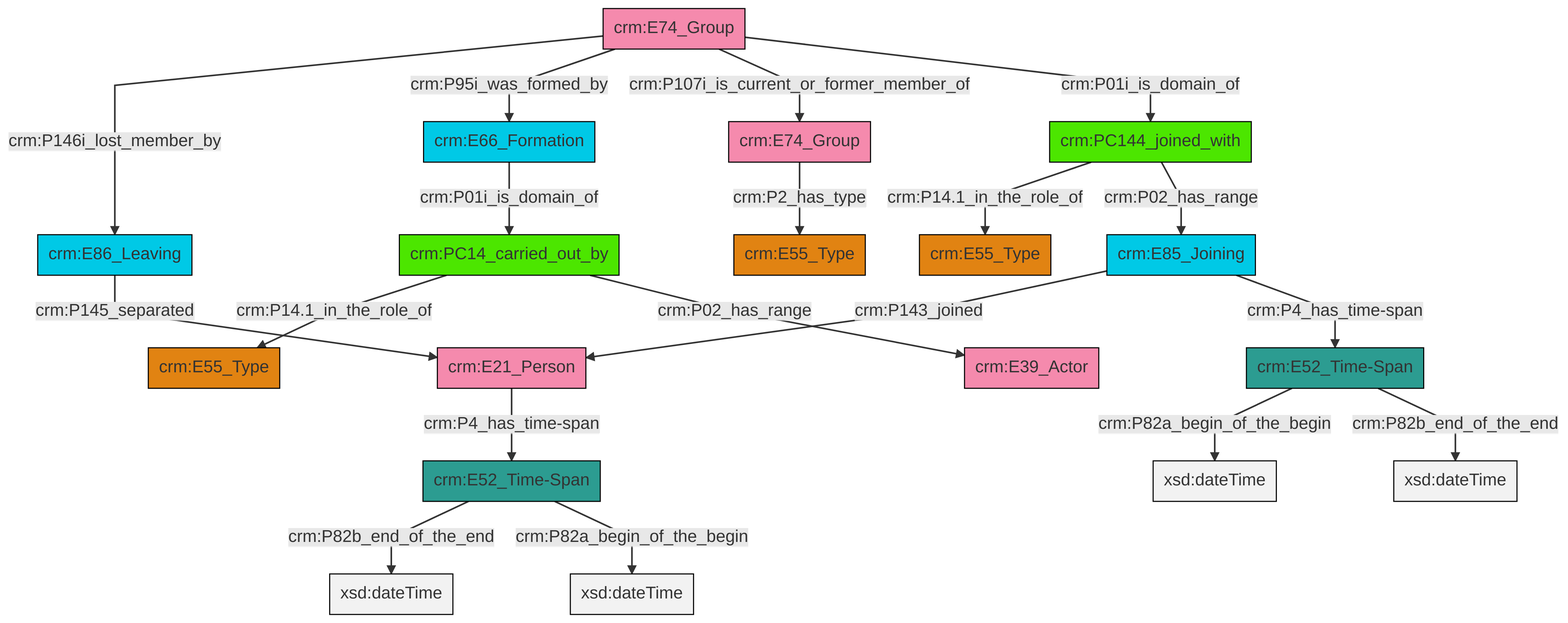
Earlier version of the Mermaid export et/groupCSV/ttl/mmd/png/group_actor_relations.png (swiss-art-research-net/docs.swissartresearch). Its source is kept beside it as et/groupCSV/ttl/mmd/group_actor_relations.ttl.mmd. Source of this version:
```mermaid
graph TD
classDef Literal fill:#f2f2f2,stroke:#000000;
classDef CRM_Entity fill:#FFFFFF,stroke:#000000;
classDef Temporal_Entity fill:#00C9E6, stroke:#000000;
classDef Type fill:#E18312, stroke:#000000;
classDef Time-Span fill:#2C9C91, stroke:#000000;
classDef Appellation fill:#FFEB7F, stroke:#000000;
classDef Place fill:#008836, stroke:#000000;
classDef Persistent_Item fill:#B266B2, stroke:#000000;
classDef Conceptual_Object fill:#FFD700, stroke:#000000;
classDef Physical_Thing fill:#D2B48C, stroke:#000000;
classDef Actor fill:#f58aad, stroke:#000000;
classDef PC_Classes fill:#4ce600, stroke:#000000;
classDef Multi fill:#cccccc,stroke:#000000;

2["crm:E52_Time-Span"]:::Time-Span -->|crm:P82b_end_of_the_end| 3[xsd:dateTime]:::Literal
10["crm:PC144_joined_with"]:::PC_Classes -->|crm:P14.1_in_the_role_of| 11["crm:E55_Type"]:::Type
0["crm:E74_Group"]:::Actor -->|crm:P146i_lost_member_by| 8["crm:E86_Leaving"]:::Temporal_Entity
15["crm:E66_Formation"]:::Temporal_Entity -->|crm:P01i_is_domain_of| 16["crm:PC14_carried_out_by"]:::PC_Classes
17["crm:E21_Person"]:::Actor -->|crm:P4_has_time-span| 2["crm:E52_Time-Span"]:::Time-Span
10["crm:PC144_joined_with"]:::PC_Classes -->|crm:P02_has_range| 25["crm:E85_Joining"]:::Temporal_Entity
0["crm:E74_Group"]:::Actor -->|crm:P95i_was_formed_by| 15["crm:E66_Formation"]:::Temporal_Entity
22["crm:E52_Time-Span"]:::Time-Span -->|crm:P82a_begin_of_the_begin| 26[xsd:dateTime]:::Literal
2["crm:E52_Time-Span"]:::Time-Span -->|crm:P82a_begin_of_the_begin| 27[xsd:dateTime]:::Literal
0["crm:E74_Group"]:::Actor -->|crm:P107i_is_current_or_former_member_of| 4["crm:E74_Group"]:::Actor
8["crm:E86_Leaving"]:::Temporal_Entity -->|crm:P145_separated| 17["crm:E21_Person"]:::Actor
22["crm:E52_Time-Span"]:::Time-Span -->|crm:P82b_end_of_the_end| 32[xsd:dateTime]:::Literal
16["crm:PC14_carried_out_by"]:::PC_Classes -->|crm:P14.1_in_the_role_of| 12["crm:E55_Type"]:::Type
25["crm:E85_Joining"]:::Temporal_Entity -->|crm:P143_joined| 17["crm:E21_Person"]:::Actor
4["crm:E74_Group"]:::Actor -->|crm:P2_has_type| 6["crm:E55_Type"]:::Type
25["crm:E85_Joining"]:::Temporal_Entity -->|crm:P4_has_time-span| 22["crm:E52_Time-Span"]:::Time-Span
0["crm:E74_Group"]:::Actor -->|crm:P01i_is_domain_of| 10["crm:PC144_joined_with"]:::PC_Classes
16["crm:PC14_carried_out_by"]:::PC_Classes -->|crm:P02_has_range| 33["crm:E39_Actor"]:::Actor
```
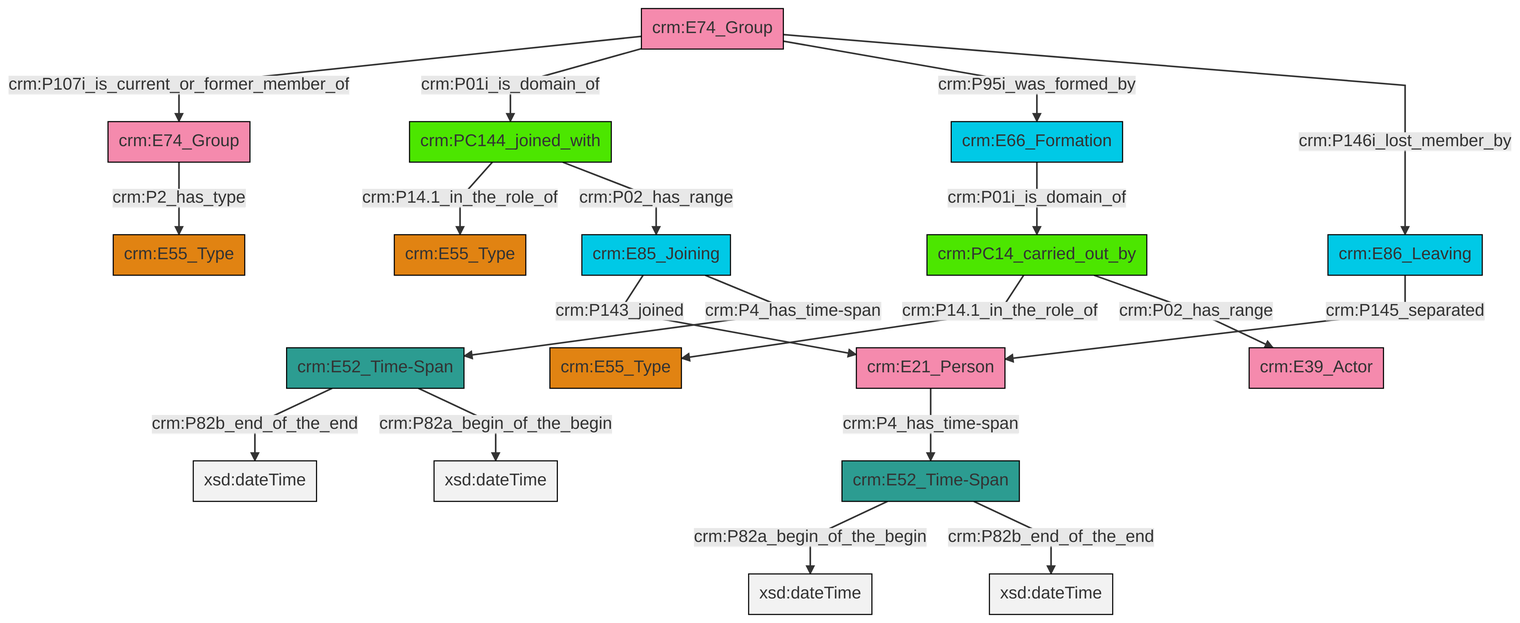
The same diagram one commit later.

Change to the diagram source:
```diff
@@ -13,21 +13,21 @@
 classDef PC_Classes fill:#4ce600, stroke:#000000;
 classDef Multi fill:#cccccc,stroke:#000000;
 
-2["crm:E52_Time-Span"]:::Time-Span -->|crm:P82b_end_of_the_end| 3[xsd:dateTime]:::Literal
-10["crm:PC144_joined_with"]:::PC_Classes -->|crm:P14.1_in_the_role_of| 11["crm:E55_Type"]:::Type
-0["crm:E74_Group"]:::Actor -->|crm:P146i_lost_member_by| 8["crm:E86_Leaving"]:::Temporal_Entity
-15["crm:E66_Formation"]:::Temporal_Entity -->|crm:P01i_is_domain_of| 16["crm:PC14_carried_out_by"]:::PC_Classes
-17["crm:E21_Person"]:::Actor -->|crm:P4_has_time-span| 2["crm:E52_Time-Span"]:::Time-Span
-10["crm:PC144_joined_with"]:::PC_Classes -->|crm:P02_has_range| 25["crm:E85_Joining"]:::Temporal_Entity
-0["crm:E74_Group"]:::Actor -->|crm:P95i_was_formed_by| 15["crm:E66_Formation"]:::Temporal_Entity
-22["crm:E52_Time-Span"]:::Time-Span -->|crm:P82a_begin_of_the_begin| 26[xsd:dateTime]:::Literal
-2["crm:E52_Time-Span"]:::Time-Span -->|crm:P82a_begin_of_the_begin| 27[xsd:dateTime]:::Literal
-0["crm:E74_Group"]:::Actor -->|crm:P107i_is_current_or_former_member_of| 4["crm:E74_Group"]:::Actor
-8["crm:E86_Leaving"]:::Temporal_Entity -->|crm:P145_separated| 17["crm:E21_Person"]:::Actor
-22["crm:E52_Time-Span"]:::Time-Span -->|crm:P82b_end_of_the_end| 32[xsd:dateTime]:::Literal
-16["crm:PC14_carried_out_by"]:::PC_Classes -->|crm:P14.1_in_the_role_of| 12["crm:E55_Type"]:::Type
-25["crm:E85_Joining"]:::Temporal_Entity -->|crm:P143_joined| 17["crm:E21_Person"]:::Actor
-4["crm:E74_Group"]:::Actor -->|crm:P2_has_type| 6["crm:E55_Type"]:::Type
-25["crm:E85_Joining"]:::Temporal_Entity -->|crm:P4_has_time-span| 22["crm:E52_Time-Span"]:::Time-Span
-0["crm:E74_Group"]:::Actor -->|crm:P01i_is_domain_of| 10["crm:PC144_joined_with"]:::PC_Classes
-16["crm:PC14_carried_out_by"]:::PC_Classes -->|crm:P02_has_range| 33["crm:E39_Actor"]:::Actor
+2["crm:PC144_joined_with"]:::PC_Classes -->|crm:P14.1_in_the_role_of| 3["crm:E55_Type"]:::Type
+4["crm:E52_Time-Span"]:::Time-Span -->|crm:P82b_end_of_the_end| 5[xsd:dateTime]:::Literal
+7["crm:E74_Group"]:::Actor -->|crm:P2_has_type| 8["crm:E55_Type"]:::Type
+9["crm:E66_Formation"]:::Temporal_Entity -->|crm:P01i_is_domain_of| 10["crm:PC14_carried_out_by"]:::PC_Classes
+12["crm:E21_Person"]:::Actor -->|crm:P4_has_time-span| 13["crm:E52_Time-Span"]:::Time-Span
+10["crm:PC14_carried_out_by"]:::PC_Classes -->|crm:P14.1_in_the_role_of| 0["crm:E55_Type"]:::Type
+14["crm:E74_Group"]:::Actor -->|crm:P107i_is_current_or_former_member_of| 7["crm:E74_Group"]:::Actor
+17["crm:E85_Joining"]:::Temporal_Entity -->|crm:P143_joined| 12["crm:E21_Person"]:::Actor
+13["crm:E52_Time-Span"]:::Time-Span -->|crm:P82a_begin_of_the_begin| 18[xsd:dateTime]:::Literal
+10["crm:PC14_carried_out_by"]:::PC_Classes -->|crm:P02_has_range| 20["crm:E39_Actor"]:::Actor
+21["crm:E86_Leaving"]:::Temporal_Entity -->|crm:P145_separated| 12["crm:E21_Person"]:::Actor
+2["crm:PC144_joined_with"]:::PC_Classes -->|crm:P02_has_range| 17["crm:E85_Joining"]:::Temporal_Entity
+14["crm:E74_Group"]:::Actor -->|crm:P01i_is_domain_of| 2["crm:PC144_joined_with"]:::PC_Classes
+17["crm:E85_Joining"]:::Temporal_Entity -->|crm:P4_has_time-span| 4["crm:E52_Time-Span"]:::Time-Span
+14["crm:E74_Group"]:::Actor -->|crm:P95i_was_formed_by| 9["crm:E66_Formation"]:::Temporal_Entity
+13["crm:E52_Time-Span"]:::Time-Span -->|crm:P82b_end_of_the_end| 32[xsd:dateTime]:::Literal
+4["crm:E52_Time-Span"]:::Time-Span -->|crm:P82a_begin_of_the_begin| 34[xsd:dateTime]:::Literal
+14["crm:E74_Group"]:::Actor -->|crm:P146i_lost_member_by| 21["crm:E86_Leaving"]:::Temporal_Entity
```
